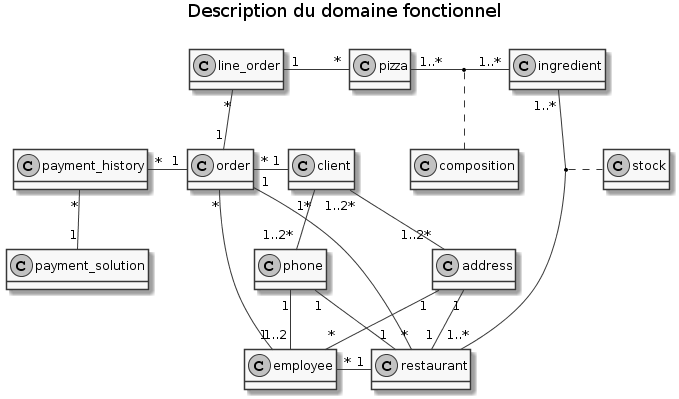
Above: functional_model_light.png in freezed/ocp6 (PlantUML), before the change.
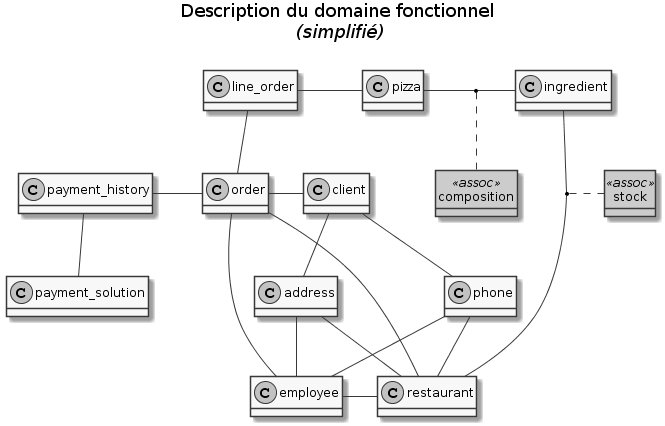
The same file after the commit.

Diff of the diagram source:
```diff
@@ -1,12 +1,16 @@
 @startuml
-title Description du domaine fonctionnel\n
+title Description du domaine fonctionnel\n <i>(simplifié)</i>\n
 
 skinparam monochrome true
 hide empty methods
+hide <<assoc>> circle
+skinparam class {
+    BackgroundColor<<assoc>> lightblue
+}
 
 class address
 class client
-class composition
+class composition <<assoc>>
 class employee
 class ingredient
 class line_order
@@ -16,24 +20,25 @@
 class phone
 class pizza
 class restaurant
-class stock
+class stock <<assoc>>
 
-address "1" -- "1" restaurant
-address "1" -- "*" employee
-client "1*" - "1..2*" phone
-client "1..2*" -- "1..2*" address
-employee "1" - "*" order
-employee "*" -right- "1" restaurant
-ingredient "1..*" -- "1..*" restaurant
+address -- restaurant
+address -- employee
+client -- phone
+client -- address
+employee - order
+employee -right- restaurant
+line_order -- order
+line_order - pizza
+order - client
+order - restaurant
+order -left- payment_history
+payment_solution -up- payment_history
+phone -- employee
+phone -- restaurant
+
+pizza - ingredient
+(pizza, ingredient) .. composition
+ingredient -- restaurant
 (ingredient, restaurant) .. stock
-line_order "*" -- "1" order
-line_order "1" - "*" pizza
-order "*" - "1" client
-order "1" - "*" restaurant
-order "1" -left- "*" payment_history
-payment_solution "1" -up- "*" payment_history
-phone "1" -- "1..2" employee
-phone "1" -- "1" restaurant
-pizza "1..*" - "1..*" ingredient
-(pizza, ingredient) .. composition
 @enduml
```
